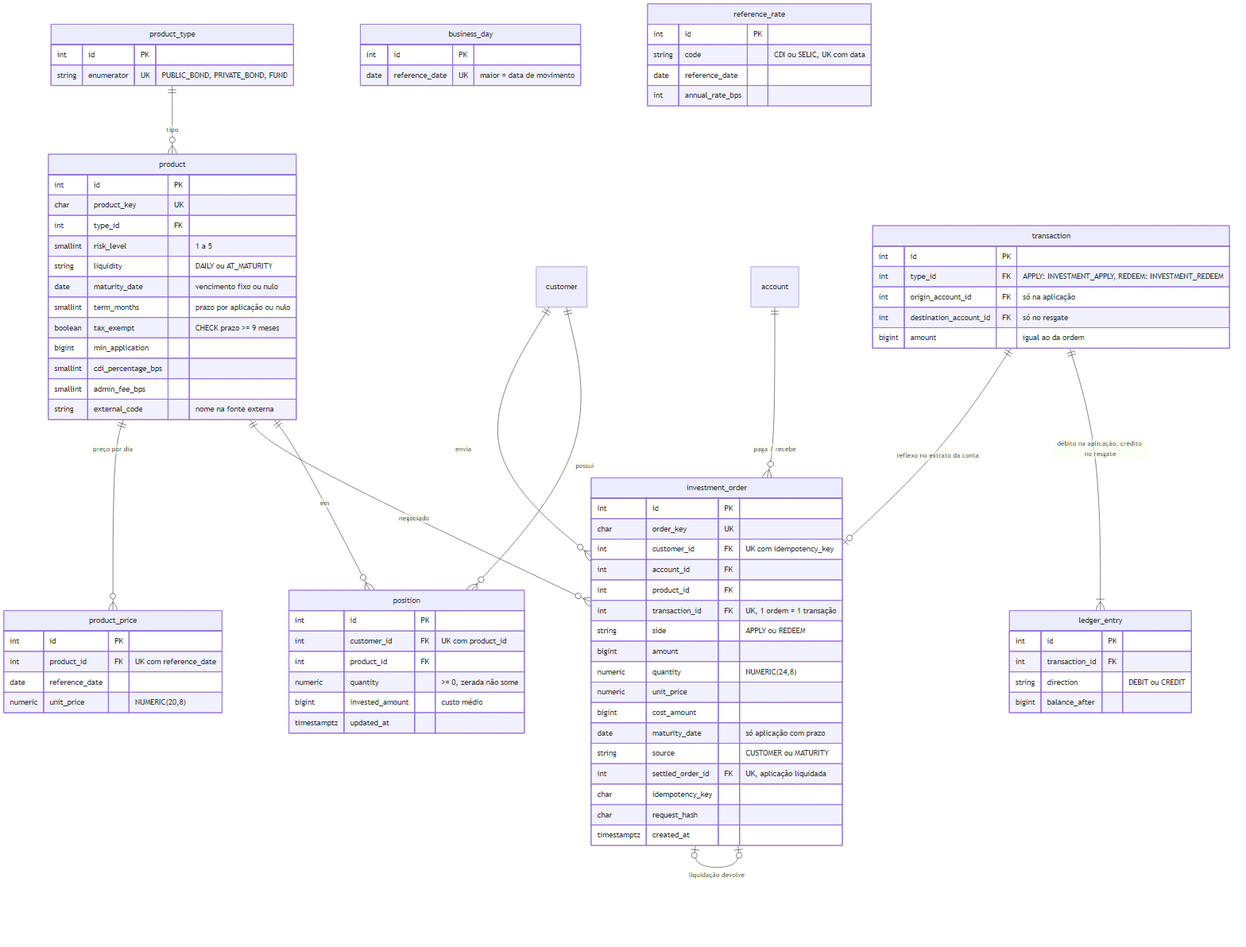
Before: docs/diagramas/er-produtos-e-ordens.png, a diagram exported from Mermaid (heluylucas/bootcamp-qi-tech-presidas-). Its source is kept beside it as docs/diagramas/er-produtos-e-ordens.mmd.
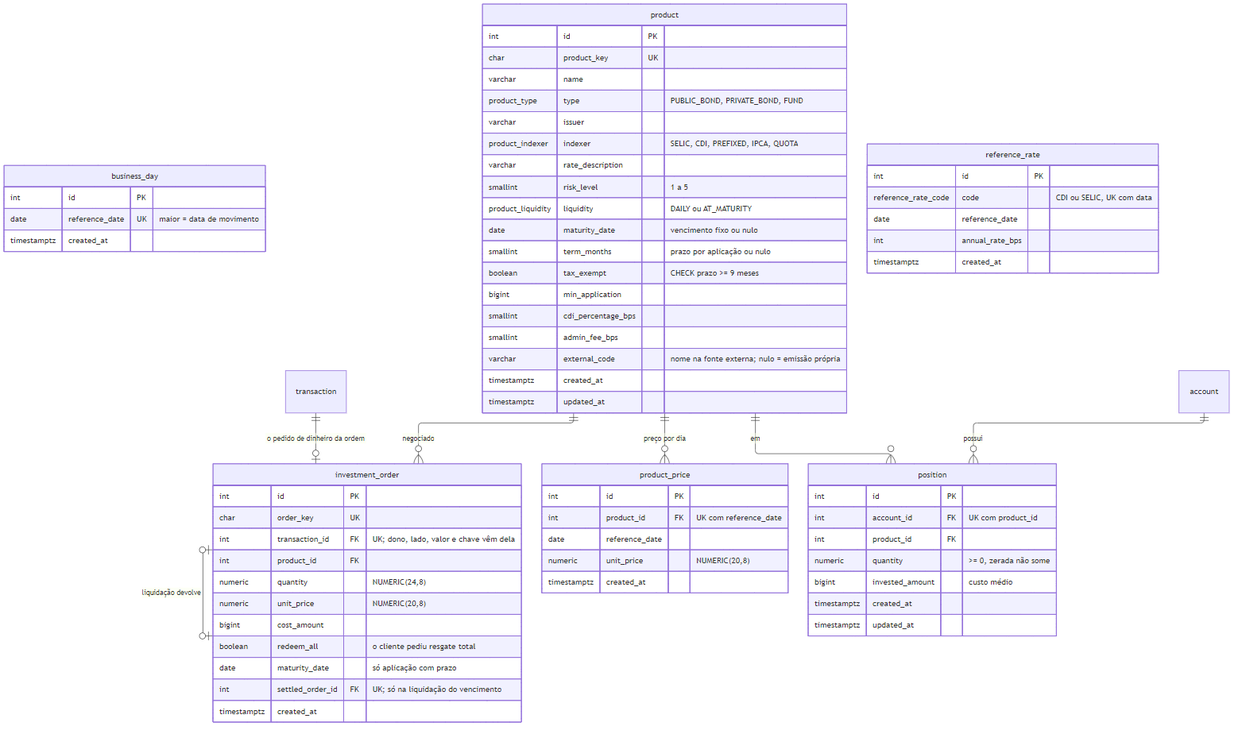
The same diagram one commit later.

What changed in the source:
```diff
@@ -1,86 +1,76 @@
+---
+config:
+  layout: elk
+  elk:
+    mergeEdges: false
+    nodePlacementStrategy: NETWORK_SIMPLEX
+---
 erDiagram
-    product_type ||--o{ product : "tipo"
     product ||--o{ product_price : "preço por dia"
-    customer ||--o{ investment_order : "envia"
-    account ||--o{ investment_order : "paga / recebe"
+    transaction ||--o| investment_order : "o pedido de dinheiro da ordem"
     product ||--o{ investment_order : "negociado"
-    transaction ||--o| investment_order : "reflexo no extrato da conta"
-    transaction ||--|{ ledger_entry : "débito na aplicação, crédito no resgate"
     investment_order |o--o| investment_order : "liquidação devolve"
-    customer ||--o{ position : "possui"
+    account ||--o{ position : "possui"
     product ||--o{ position : "em"
 
-    product_type {
-        int id PK
-        string enumerator UK "PUBLIC_BOND, PRIVATE_BOND, FUND"
-    }
     product {
         int id PK
         char product_key UK
-        int type_id FK
+        varchar name
+        product_type type "PUBLIC_BOND, PRIVATE_BOND, FUND"
+        varchar issuer
+        product_indexer indexer "SELIC, CDI, PREFIXED, IPCA, QUOTA"
+        varchar rate_description
         smallint risk_level "1 a 5"
-        string liquidity "DAILY ou AT_MATURITY"
+        product_liquidity liquidity "DAILY ou AT_MATURITY"
         date maturity_date "vencimento fixo ou nulo"
         smallint term_months "prazo por aplicação ou nulo"
         boolean tax_exempt "CHECK prazo >= 9 meses"
         bigint min_application
         smallint cdi_percentage_bps
         smallint admin_fee_bps
-        string external_code "nome na fonte externa"
+        varchar external_code "nome na fonte externa; nulo = emissão própria"
+        timestamptz created_at
+        timestamptz updated_at
     }
     product_price {
         int id PK
         int product_id FK "UK com reference_date"
         date reference_date
         numeric unit_price "NUMERIC(20,8)"
+        timestamptz created_at
     }
     business_day {
         int id PK
         date reference_date UK "maior = data de movimento"
+        timestamptz created_at
     }
     reference_rate {
         int id PK
-        string code "CDI ou SELIC, UK com data"
+        reference_rate_code code "CDI ou SELIC, UK com data"
         date reference_date
         int annual_rate_bps
+        timestamptz created_at
     }
     investment_order {
         int id PK
         char order_key UK
-        int customer_id FK "UK com idempotency_key"
-        int account_id FK
+        int transaction_id FK "UK; dono, lado, valor e chave vêm dela"
         int product_id FK
-        int transaction_id FK "UK, 1 ordem = 1 transação"
-        string side "APPLY ou REDEEM"
-        bigint amount
         numeric quantity "NUMERIC(24,8)"
-        numeric unit_price
+        numeric unit_price "NUMERIC(20,8)"
         bigint cost_amount
+        boolean redeem_all "o cliente pediu resgate total"
         date maturity_date "só aplicação com prazo"
-        string source "CUSTOMER ou MATURITY"
-        int settled_order_id FK "UK, aplicação liquidada"
-        char idempotency_key
-        char request_hash
+        int settled_order_id FK "UK; só na liquidação do vencimento"
         timestamptz created_at
-    }
-    transaction {
-        int id PK
-        int type_id FK "APPLY: INVESTMENT_APPLY, REDEEM: INVESTMENT_REDEEM"
-        int origin_account_id FK "só na aplicação"
-        int destination_account_id FK "só no resgate"
-        bigint amount "igual ao da ordem"
-    }
-    ledger_entry {
-        int id PK
-        int transaction_id FK
-        string direction "DEBIT ou CREDIT"
-        bigint balance_after
     }
     position {
         int id PK
-        int customer_id FK "UK com product_id"
+        int account_id FK "UK com product_id"
         int product_id FK
         numeric quantity ">= 0, zerada não some"
         bigint invested_amount "custo médio"
+        timestamptz created_at
         timestamptz updated_at
     }
```
